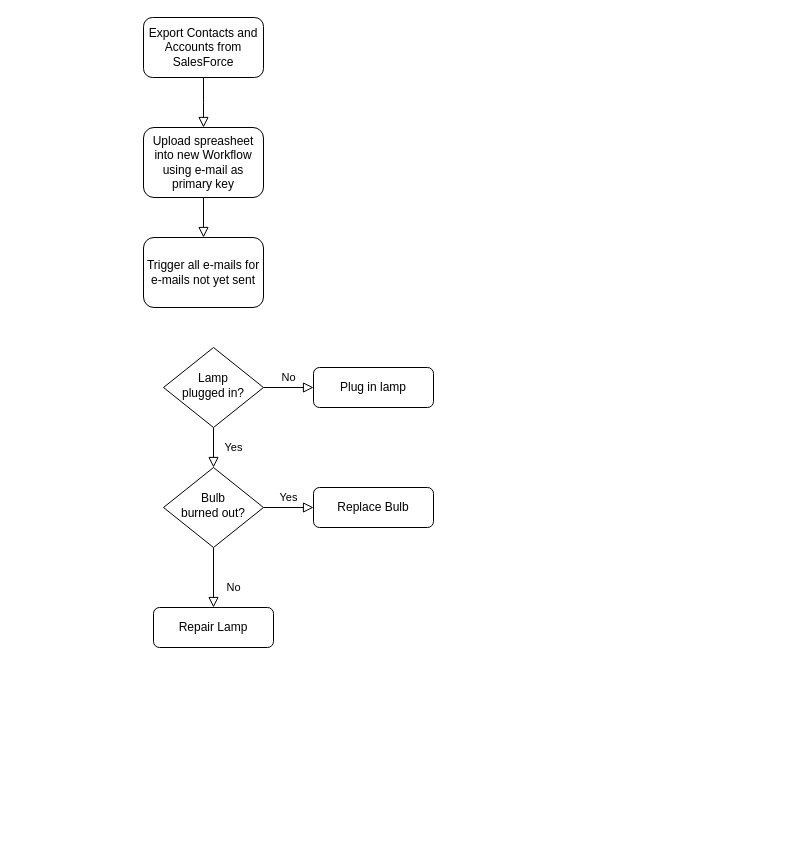
The draw.io diagram LGPD.drawio in anlugifa/drawio, before the edit. Source tidied: cells renumbered, new cells numbered last; positions are measured from the earlier drawing's top-left corner, leaving out a move shared by most shapes. Both pictures are drawn from the tidied source at 100%, with x=0, y=0 at pixel (143, 17).
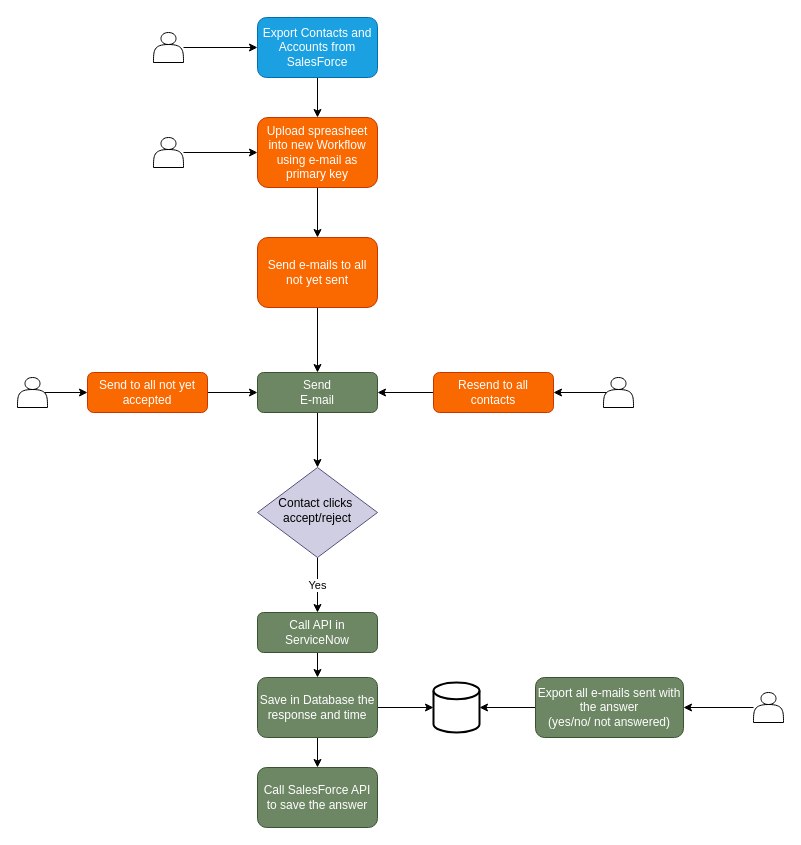
The same page after the edit.

Diff of the diagram source:
```diff
@@
-    <mxCell id="2" style="rounded=0;html=1;jettySize=auto;fontSize=11;endArrow=block;endFill=0;endSize=8;strokeWidth=1;shadow=0;labelBackgroundColor=none;edgeStyle=orthogonalEdgeStyle;" parent="1" edge="1" source="3">
-      <mxGeometry relative="1" as="geometry">
-        <mxPoint x="60" y="110" as="targetPoint" />
-      </mxGeometry>
-    </mxCell>
+    <mxCell id="16" style="edgeStyle=orthogonalEdgeStyle;rounded=0;jettySize=auto;html=1;" parent="1" edge="1" source="3" target="13">
+      <mxGeometry relative="1" as="geometry" />
+    </mxCell>
-    <mxCell id="3" value="Export Contacts and Accounts from SalesForce" style="rounded=1;whiteSpace=wrap;html=1;fontSize=12;glass=0;strokeWidth=1;shadow=0;" parent="1" vertex="1">
-      <mxGeometry width="120" height="60" as="geometry" />
+    <mxCell id="3" value="Export Contacts and Accounts from SalesForce" style="rounded=1;whiteSpace=wrap;html=1;fontSize=12;glass=0;strokeWidth=1;shadow=0;fillColor=#1ba1e2;strokeColor=#006EAF;fontColor=#ffffff;" parent="1" vertex="1">
+      <mxGeometry x="114" width="120" height="60" as="geometry" />
     </mxCell>
-    <mxCell id="4" value="Yes" style="rounded=0;html=1;jettySize=auto;fontSize=11;endArrow=block;endFill=0;endSize=8;strokeWidth=1;shadow=0;labelBackgroundColor=none;edgeStyle=orthogonalEdgeStyle;" parent="1" edge="1" source="6" target="10">
-      <mxGeometry y="20" relative="1" as="geometry" />
-    </mxCell>
-    <mxCell id="5" value="No" style="edgeStyle=orthogonalEdgeStyle;rounded=0;html=1;jettySize=auto;fontSize=11;endArrow=block;endFill=0;endSize=8;strokeWidth=1;shadow=0;labelBackgroundColor=none;" parent="1" edge="1" source="6" target="7">
-      <mxGeometry y="10" relative="1" as="geometry" />
-    </mxCell>
-    <mxCell id="6" value="Lamp&lt;br&gt;plugged in?" style="rhombus;whiteSpace=wrap;html=1;shadow=0;fontFamily=Helvetica;fontSize=12;align=center;strokeWidth=1;spacing=6;spacingTop=-4;" parent="1" vertex="1">
-      <mxGeometry x="20" y="330" width="100" height="80" as="geometry" />
-    </mxCell>
-    <mxCell id="7" value="Plug in lamp" style="rounded=1;whiteSpace=wrap;html=1;fontSize=12;glass=0;strokeWidth=1;shadow=0;" parent="1" vertex="1">
-      <mxGeometry x="170" y="350" width="120" height="40" as="geometry" />
-    </mxCell>
-    <mxCell id="8" value="No" style="rounded=0;html=1;jettySize=auto;fontSize=11;endArrow=block;endFill=0;endSize=8;strokeWidth=1;shadow=0;labelBackgroundColor=none;edgeStyle=orthogonalEdgeStyle;" parent="1" edge="1" source="10" target="11">
-      <mxGeometry x="0.33" y="20" relative="1" as="geometry" />
-    </mxCell>
-    <mxCell id="9" value="Yes" style="edgeStyle=orthogonalEdgeStyle;rounded=0;html=1;jettySize=auto;fontSize=11;endArrow=block;endFill=0;endSize=8;strokeWidth=1;shadow=0;labelBackgroundColor=none;" parent="1" edge="1" source="10" target="12">
-      <mxGeometry y="10" relative="1" as="geometry" />
-    </mxCell>
-    <mxCell id="10" value="Bulb&lt;br&gt;burned out?" style="rhombus;whiteSpace=wrap;html=1;shadow=0;fontFamily=Helvetica;fontSize=12;align=center;strokeWidth=1;spacing=6;spacingTop=-4;" parent="1" vertex="1">
-      <mxGeometry x="20" y="450" width="100" height="80" as="geometry" />
-    </mxCell>
+    <mxCell id="17" style="edgeStyle=orthogonalEdgeStyle;rounded=0;jettySize=auto;html=1;" parent="1" edge="1" source="11" target="24">
+      <mxGeometry relative="1" as="geometry" />
+    </mxCell>
-    <mxCell id="11" value="Repair Lamp" style="rounded=1;whiteSpace=wrap;html=1;fontSize=12;glass=0;strokeWidth=1;shadow=0;" parent="1" vertex="1">
-      <mxGeometry x="10" y="590" width="120" height="40" as="geometry" />
+    <mxCell id="11" value="Send&lt;br&gt;E-mail" style="rounded=1;whiteSpace=wrap;html=1;fontSize=12;glass=0;strokeWidth=1;shadow=0;fillColor=#6d8764;strokeColor=#3A5431;fontColor=#ffffff;" parent="1" vertex="1">
+      <mxGeometry x="114" y="355" width="120" height="40" as="geometry" />
     </mxCell>
-    <mxCell id="12" value="Replace Bulb" style="rounded=1;whiteSpace=wrap;html=1;fontSize=12;glass=0;strokeWidth=1;shadow=0;" parent="1" vertex="1">
-      <mxGeometry x="170" y="470" width="120" height="40" as="geometry" />
-    </mxCell>
+    <mxCell id="15" style="edgeStyle=orthogonalEdgeStyle;rounded=0;jettySize=auto;html=1;" parent="1" edge="1" source="13" target="14">
+      <mxGeometry relative="1" as="geometry" />
+    </mxCell>
-    <mxCell id="13" value="Upload spreasheet into new Workflow using e-mail as primary key" style="rounded=1;whiteSpace=wrap;html=1;fontSize=12;glass=0;strokeWidth=1;shadow=0;" parent="1" vertex="1">
-      <mxGeometry y="110" width="120" height="70" as="geometry" />
+    <mxCell id="13" value="Upload spreasheet into new Workflow using e-mail as primary key" style="rounded=1;whiteSpace=wrap;html=1;fontSize=12;glass=0;strokeWidth=1;shadow=0;fillColor=#fa6800;strokeColor=#C73500;fontColor=#ffffff;" parent="1" vertex="1">
+      <mxGeometry x="114" y="100" width="120" height="70" as="geometry" />
     </mxCell>
+    <mxCell id="18" style="edgeStyle=orthogonalEdgeStyle;rounded=0;jettySize=auto;html=1;entryX=0.5;entryY=0;entryDx=0;entryDy=0;" parent="1" edge="1" source="14" target="11">
+      <mxGeometry relative="1" as="geometry" />
+    </mxCell>
-    <mxCell id="14" value="Trigger all e-mails for e-mails not yet sent" style="rounded=1;whiteSpace=wrap;html=1;fontSize=12;glass=0;strokeWidth=1;shadow=0;" parent="1" vertex="1">
-      <mxGeometry y="220" width="120" height="70" as="geometry" />
+    <mxCell id="14" value="Send e-mails to all not yet sent" style="rounded=1;whiteSpace=wrap;html=1;fontSize=12;glass=0;strokeWidth=1;shadow=0;fillColor=#fa6800;strokeColor=#C73500;fontColor=#ffffff;" parent="1" vertex="1">
+      <mxGeometry x="114" y="220" width="120" height="70" as="geometry" />
     </mxCell>
-    <mxCell id="15" style="rounded=0;html=1;jettySize=auto;fontSize=11;endArrow=block;endFill=0;endSize=8;strokeWidth=1;shadow=0;labelBackgroundColor=none;edgeStyle=orthogonalEdgeStyle;exitX=0.5;exitY=1;exitDx=0;exitDy=0;entryX=0.5;entryY=0;entryDx=0;entryDy=0;" parent="1" edge="1" source="13" target="14">
-      <mxGeometry relative="1" as="geometry" />
-    </mxCell>
+    <mxCell id="19" style="edgeStyle=orthogonalEdgeStyle;rounded=0;jettySize=auto;html=1;entryX=0;entryY=0.5;entryDx=0;entryDy=0;" parent="1" edge="1" source="20" target="11">
+      <mxGeometry relative="1" as="geometry" />
+    </mxCell>
+    <mxCell id="20" value="Send to all not yet accepted" style="rounded=1;whiteSpace=wrap;html=1;fontSize=12;glass=0;strokeWidth=1;shadow=0;fillColor=#fa6800;strokeColor=#C73500;fontColor=#ffffff;" parent="1" vertex="1">
+      <mxGeometry x="-56" y="355" width="120" height="40" as="geometry" />
+    </mxCell>
+    <mxCell id="21" style="edgeStyle=orthogonalEdgeStyle;rounded=0;jettySize=auto;html=1;" parent="1" edge="1" source="22" target="11">
+      <mxGeometry relative="1" as="geometry" />
+    </mxCell>
+    <mxCell id="22" value="Resend to all contacts" style="rounded=1;whiteSpace=wrap;html=1;fontSize=12;glass=0;strokeWidth=1;shadow=0;fillColor=#fa6800;strokeColor=#C73500;fontColor=#ffffff;" parent="1" vertex="1">
+      <mxGeometry x="290" y="355" width="120" height="40" as="geometry" />
+    </mxCell>
+    <mxCell id="23" value="Yes" style="edgeStyle=orthogonalEdgeStyle;rounded=0;jettySize=auto;html=1;" parent="1" edge="1" source="24" target="26">
+      <mxGeometry relative="1" as="geometry" />
+    </mxCell>
+    <mxCell id="24" value="Contact clicks&amp;nbsp;&lt;br&gt;accept/reject" style="rhombus;whiteSpace=wrap;html=1;shadow=0;fontFamily=Helvetica;fontSize=12;align=center;strokeWidth=1;spacing=6;spacingTop=-4;fillColor=#d0cee2;strokeColor=#56517e;" parent="1" vertex="1">
+      <mxGeometry x="114" y="450" width="120" height="90" as="geometry" />
+    </mxCell>
+    <mxCell id="25" style="edgeStyle=orthogonalEdgeStyle;rounded=0;jettySize=auto;html=1;" parent="1" edge="1" source="26" target="29">
+      <mxGeometry relative="1" as="geometry" />
+    </mxCell>
+    <mxCell id="26" value="Call API in ServiceNow" style="rounded=1;whiteSpace=wrap;html=1;fontSize=12;glass=0;strokeWidth=1;shadow=0;fillColor=#6d8764;strokeColor=#3A5431;fontColor=#ffffff;" parent="1" vertex="1">
+      <mxGeometry x="114" y="595" width="120" height="40" as="geometry" />
+    </mxCell>
+    <mxCell id="27" style="edgeStyle=orthogonalEdgeStyle;rounded=0;jettySize=auto;html=1;" parent="1" edge="1" source="29" target="32">
+      <mxGeometry relative="1" as="geometry" />
+    </mxCell>
+    <mxCell id="28" style="edgeStyle=orthogonalEdgeStyle;rounded=0;jettySize=auto;html=1;" parent="1" edge="1" source="29" target="41">
+      <mxGeometry relative="1" as="geometry" />
+    </mxCell>
+    <mxCell id="29" value="Save in Database the response and time" style="whiteSpace=wrap;html=1;rounded=1;shadow=0;strokeWidth=1;glass=0;fillColor=#6d8764;strokeColor=#3A5431;fontColor=#ffffff;" parent="1" vertex="1">
+      <mxGeometry x="114" y="660" width="120" height="60" as="geometry" />
+    </mxCell>
+    <mxCell id="30" style="edgeStyle=orthogonalEdgeStyle;rounded=0;jettySize=auto;html=1;exitX=0.9;exitY=0.5;exitDx=0;exitDy=0;exitPerimeter=0;" parent="1" edge="1" source="39" target="20">
+      <mxGeometry relative="1" as="geometry" />
+    </mxCell>
+    <mxCell id="31" style="edgeStyle=orthogonalEdgeStyle;rounded=0;jettySize=auto;html=1;entryX=1;entryY=0.5;entryDx=0;entryDy=0;exitX=0.1;exitY=0.5;exitDx=0;exitDy=0;exitPerimeter=0;" parent="1" edge="1" source="40" target="22">
+      <mxGeometry relative="1" as="geometry" />
+    </mxCell>
+    <mxCell id="32" value="Call SalesForce API to save the answer" style="whiteSpace=wrap;html=1;rounded=1;shadow=0;fontColor=#ffffff;strokeColor=#3A5431;strokeWidth=1;fillColor=#6d8764;glass=0;" parent="1" vertex="1">
+      <mxGeometry x="114" y="750" width="120" height="60" as="geometry" />
+    </mxCell>
+    <mxCell id="33" style="edgeStyle=orthogonalEdgeStyle;rounded=0;jettySize=auto;html=1;" parent="1" edge="1" source="34" target="43">
+      <mxGeometry relative="1" as="geometry" />
+    </mxCell>
+    <mxCell id="34" style="shape=actor;whiteSpace=wrap;html=1;" parent="1" vertex="1">
+      <mxGeometry x="610" y="675" width="30" height="30" as="geometry" />
+    </mxCell>
+    <mxCell id="35" style="edgeStyle=orthogonalEdgeStyle;rounded=0;jettySize=auto;html=1;" parent="1" edge="1" source="36" target="3">
+      <mxGeometry relative="1" as="geometry" />
+    </mxCell>
+    <mxCell id="36" style="shape=actor;whiteSpace=wrap;html=1;" parent="1" vertex="1">
+      <mxGeometry x="10" y="15" width="30" height="30" as="geometry" />
+    </mxCell>
+    <mxCell id="37" style="edgeStyle=orthogonalEdgeStyle;rounded=0;jettySize=auto;html=1;" parent="1" edge="1" source="38" target="13">
+      <mxGeometry relative="1" as="geometry" />
+    </mxCell>
+    <mxCell id="38" style="shape=actor;whiteSpace=wrap;html=1;" parent="1" vertex="1">
+      <mxGeometry x="10" y="120" width="30" height="30" as="geometry" />
+    </mxCell>
+    <mxCell id="39" style="shape=actor;whiteSpace=wrap;html=1;" parent="1" vertex="1">
+      <mxGeometry x="-126" y="360" width="30" height="30" as="geometry" />
+    </mxCell>
+    <mxCell id="40" style="shape=actor;whiteSpace=wrap;html=1;" parent="1" vertex="1">
+      <mxGeometry x="460" y="360" width="30" height="30" as="geometry" />
+    </mxCell>
+    <mxCell id="41" style="strokeWidth=2;html=1;shape=mxgraph.flowchart.database;whiteSpace=wrap;" parent="1" vertex="1">
+      <mxGeometry x="290" y="665" width="46" height="50" as="geometry" />
+    </mxCell>
+    <mxCell id="42" style="edgeStyle=orthogonalEdgeStyle;rounded=0;jettySize=auto;html=1;entryX=1;entryY=0.5;entryDx=0;entryDy=0;entryPerimeter=0;" parent="1" edge="1" source="43" target="41">
+      <mxGeometry relative="1" as="geometry" />
+    </mxCell>
+    <mxCell id="43" value="Export all e-mails sent with the answer&lt;br&gt;(yes/no/ not answered)" style="whiteSpace=wrap;html=1;rounded=1;shadow=0;strokeWidth=1;glass=0;fillColor=#6d8764;strokeColor=#3A5431;fontColor=#ffffff;" parent="1" vertex="1">
+      <mxGeometry x="392" y="660" width="148" height="60" as="geometry" />
+    </mxCell>
```
